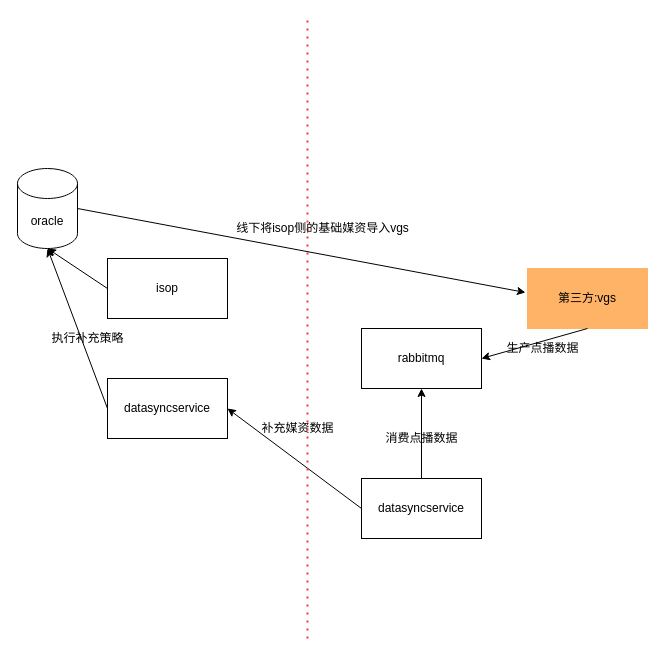
The draw.io diagram 日志分析dess.drawio in utscgeorge/processitemtest, before the edit. Source tidied: cells renumbered, new cells numbered last; positions are measured from the earlier drawing's top-left corner, leaving out a move shared by most shapes. Both pictures are drawn from the tidied source at 100%, with x=0, y=0 at pixel (17, 18).
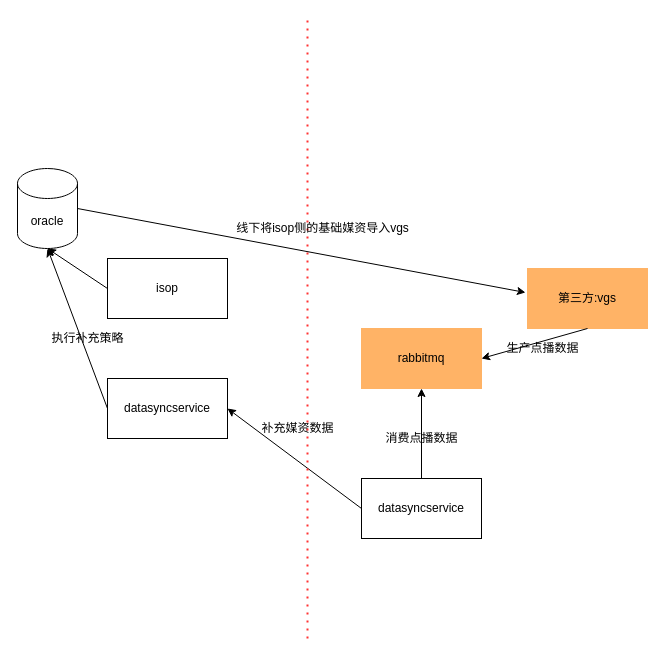
After the change.

What changed in the source:
```diff
@@
-    <mxCell id="13" value="rabbitmq" style="whiteSpace=wrap;html=1;" parent="1" vertex="1">
+    <mxCell id="13" value="rabbitmq" style="whiteSpace=wrap;html=1;fillColor=#FFB366;strokeColor=#FFB366;" parent="1" vertex="1">
       <mxGeometry x="344" y="310" width="120" height="60" as="geometry" />
     </mxCell>
```
